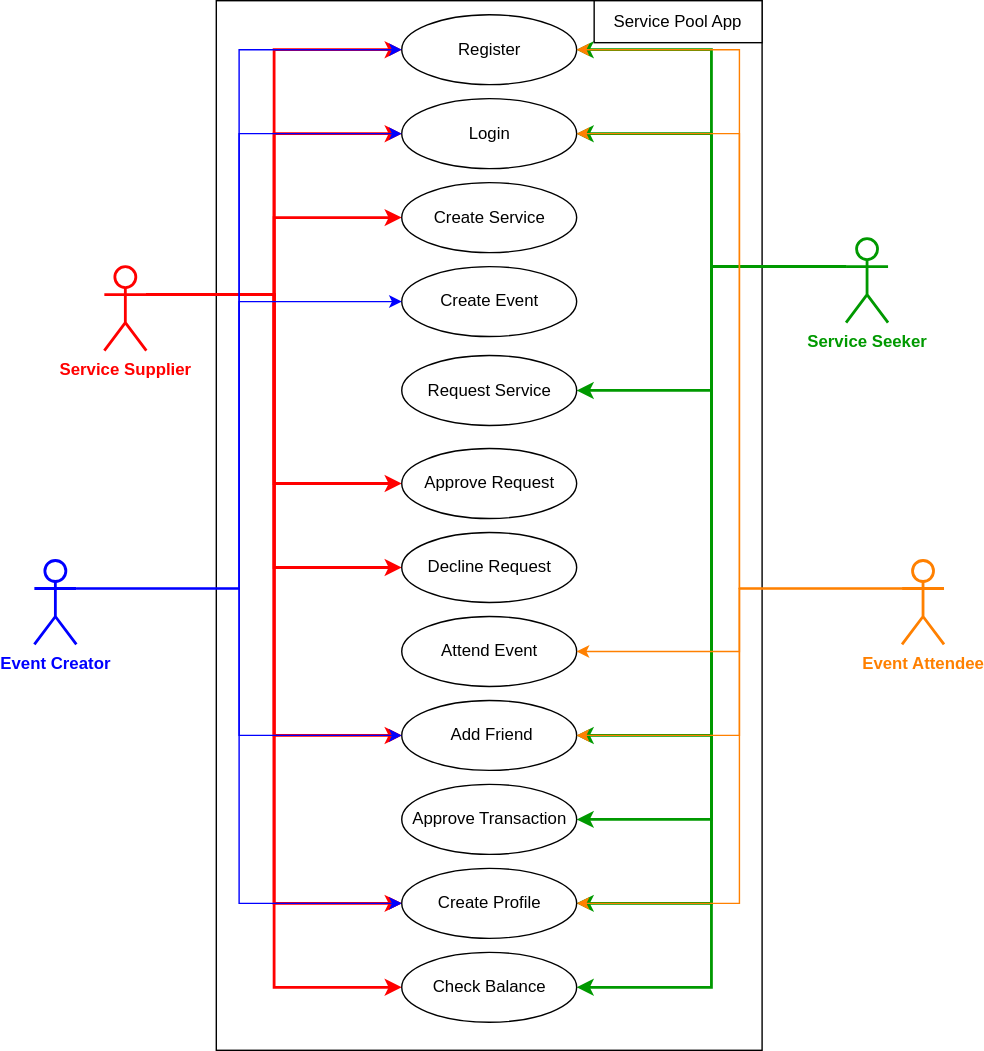
The draw.io diagram Service Sharing App Design Files/Use Case Diagram ServicePool.drawio.svg in haydarsinan/SWE573-2021-Fall, before a commit. Source tidied: cells renumbered, new cells last; positions are measured from the earlier drawing's top-left corner, leaving out a move shared by most shapes.
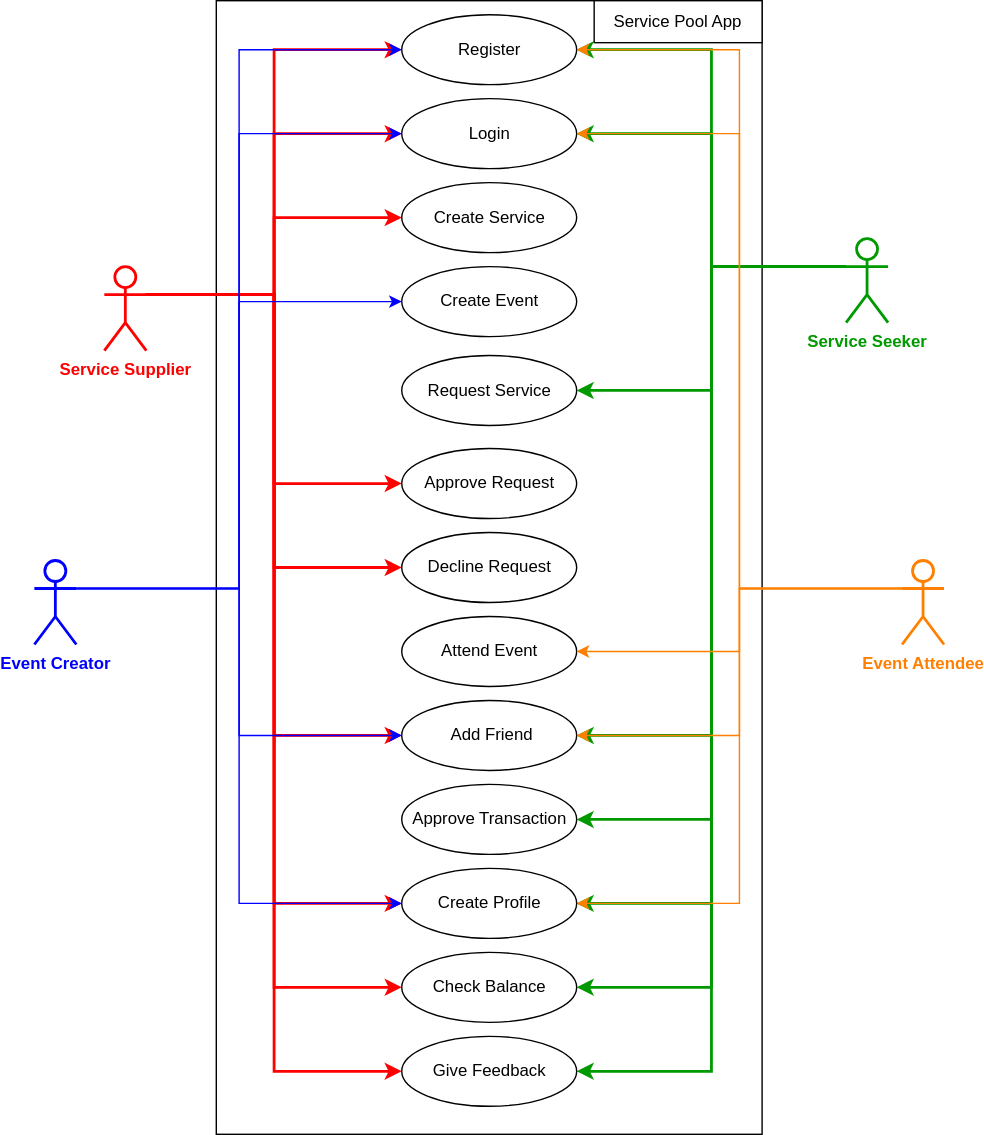
After the commit.

Commit message:
Use Case Diagram Update

Change to the diagram source:
```diff
@@ -3,7 +3,7 @@
     <mxCell id="0" />
     <mxCell id="1" parent="0" />
     <mxCell id="2" style="rounded=0;whiteSpace=wrap;html=1;" parent="1" vertex="1">
-      <mxGeometry x="130" width="390" height="750" as="geometry" />
+      <mxGeometry x="130" width="390" height="810" as="geometry" />
     </mxCell>
     <mxCell id="3" style="edgeStyle=orthogonalEdgeStyle;rounded=0;jettySize=auto;html=1;exitX=1;exitY=0.3333333333333333;exitDx=0;exitDy=0;exitPerimeter=0;entryX=0;entryY=0.5;entryDx=0;entryDy=0;strokeColor=#FF0000;strokeWidth=2;" parent="1" edge="1" source="13" target="25">
       <mxGeometry relative="1" as="geometry" />
@@ -35,6 +35,9 @@
     <mxCell id="12" style="edgeStyle=orthogonalEdgeStyle;rounded=0;jettySize=auto;html=1;exitX=1;exitY=0.3333333333333333;exitDx=0;exitDy=0;exitPerimeter=0;entryX=0;entryY=0.5;entryDx=0;entryDy=0;strokeColor=#FF0000;strokeWidth=2;" parent="1" edge="1" source="13" target="46">
       <mxGeometry relative="1" as="geometry" />
     </mxCell>
+    <mxCell id="48" style="edgeStyle=orthogonalEdgeStyle;rounded=0;jettySize=auto;html=1;exitX=1;exitY=0.3333333333333333;exitDx=0;exitDy=0;exitPerimeter=0;entryX=0;entryY=0.5;entryDx=0;entryDy=0;strokeColor=#FF0000;strokeWidth=2;" parent="1" edge="1" source="13" target="50">
+      <mxGeometry relative="1" as="geometry" />
+    </mxCell>
     <mxCell id="13" value="&lt;font color=&quot;#ff0000&quot;&gt;&lt;b&gt;Service Supplier&lt;/b&gt;&lt;/font&gt;" style="shape=umlActor;verticalLabelPosition=bottom;verticalAlign=top;html=1;outlineConnect=0;strokeColor=#FF0000;strokeWidth=2;" parent="1" vertex="1">
       <mxGeometry x="50" y="190" width="30" height="60" as="geometry" />
     </mxCell>
@@ -59,6 +62,9 @@
     <mxCell id="20" style="edgeStyle=orthogonalEdgeStyle;rounded=0;jettySize=auto;html=1;exitX=0;exitY=0.3333333333333333;exitDx=0;exitDy=0;exitPerimeter=0;entryX=1;entryY=0.5;entryDx=0;entryDy=0;strokeColor=#009900;strokeWidth=2;" parent="1" edge="1" source="21" target="47">
       <mxGeometry relative="1" as="geometry" />
     </mxCell>
+    <mxCell id="49" style="edgeStyle=orthogonalEdgeStyle;rounded=0;jettySize=auto;html=1;exitX=0;exitY=0.3333333333333333;exitDx=0;exitDy=0;exitPerimeter=0;entryX=1;entryY=0.5;entryDx=0;entryDy=0;strokeColor=#009900;strokeWidth=2;" parent="1" edge="1" source="21" target="50">
+      <mxGeometry relative="1" as="geometry" />
+    </mxCell>
     <mxCell id="21" value="&lt;font color=&quot;#009900&quot;&gt;&lt;b&gt;Service Seeker&lt;/b&gt;&lt;/font&gt;" style="shape=umlActor;verticalLabelPosition=bottom;verticalAlign=top;html=1;outlineConnect=0;strokeColor=#009900;strokeWidth=2;" parent="1" vertex="1">
       <mxGeometry x="580" y="170" width="30" height="60" as="geometry" />
     </mxCell>
@@ -140,5 +146,8 @@
     <mxCell id="47" value="Check Balance" style="ellipse;whiteSpace=wrap;html=1;" parent="1" vertex="1">
       <mxGeometry x="262.5" y="680" width="125" height="50" as="geometry" />
     </mxCell>
+    <mxCell id="50" value="Give Feedback" style="ellipse;whiteSpace=wrap;html=1;" parent="1" vertex="1">
+      <mxGeometry x="262.5" y="740" width="125" height="50" as="geometry" />
+    </mxCell>
   </root>
 </mxGraphModel>
```
